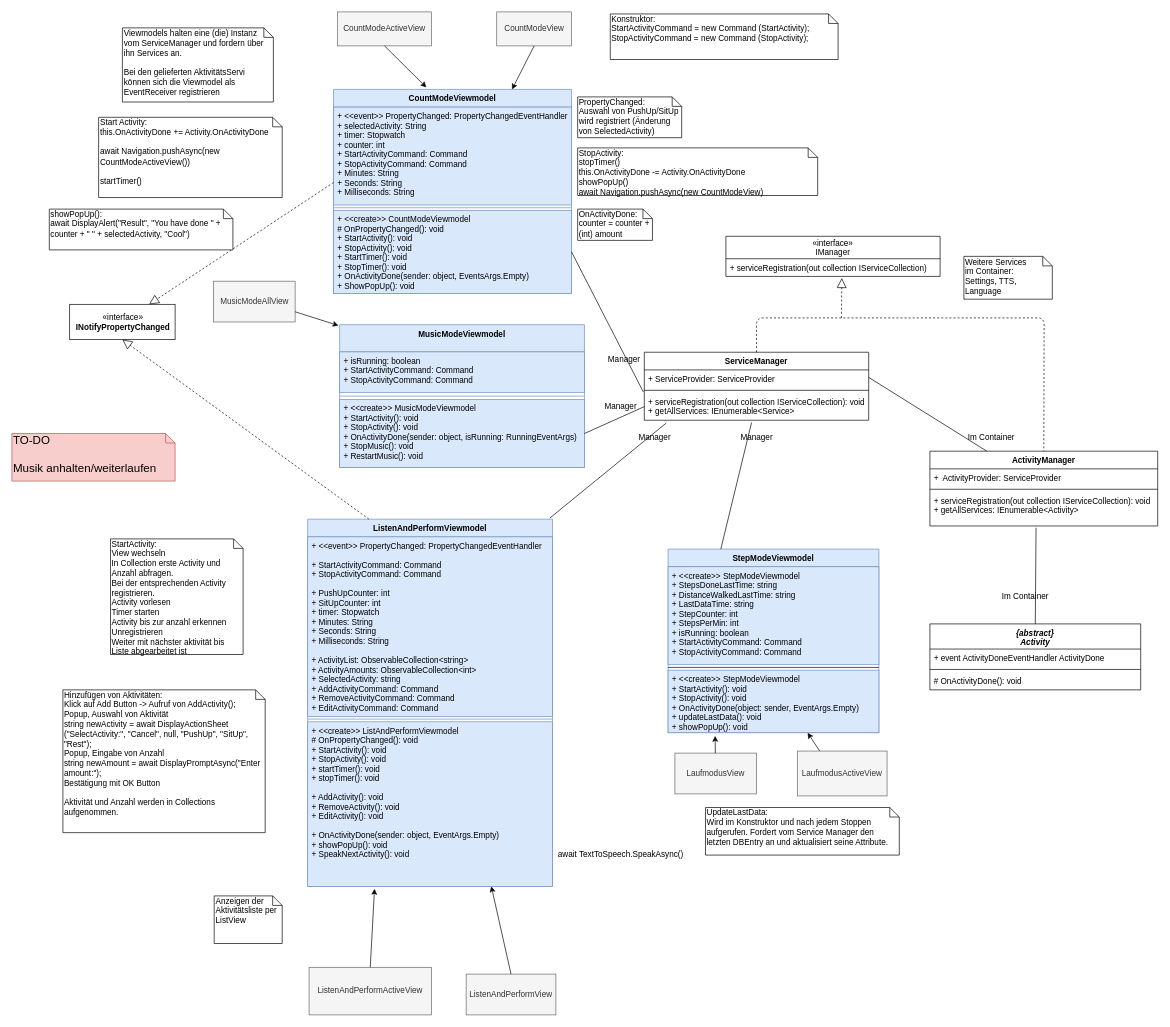
Earlier version of the draw.io diagram Entwurf/WeitereViewmodels.drawio (vlle1/dokumente-earablesKIT). Source tidied: cells renumbered, new cells numbered last; positions are measured from the earlier drawing's top-left corner, leaving out a move shared by most shapes. Both pictures are drawn from the tidied source at 68%, with x=0, y=0 at pixel (12, 12).
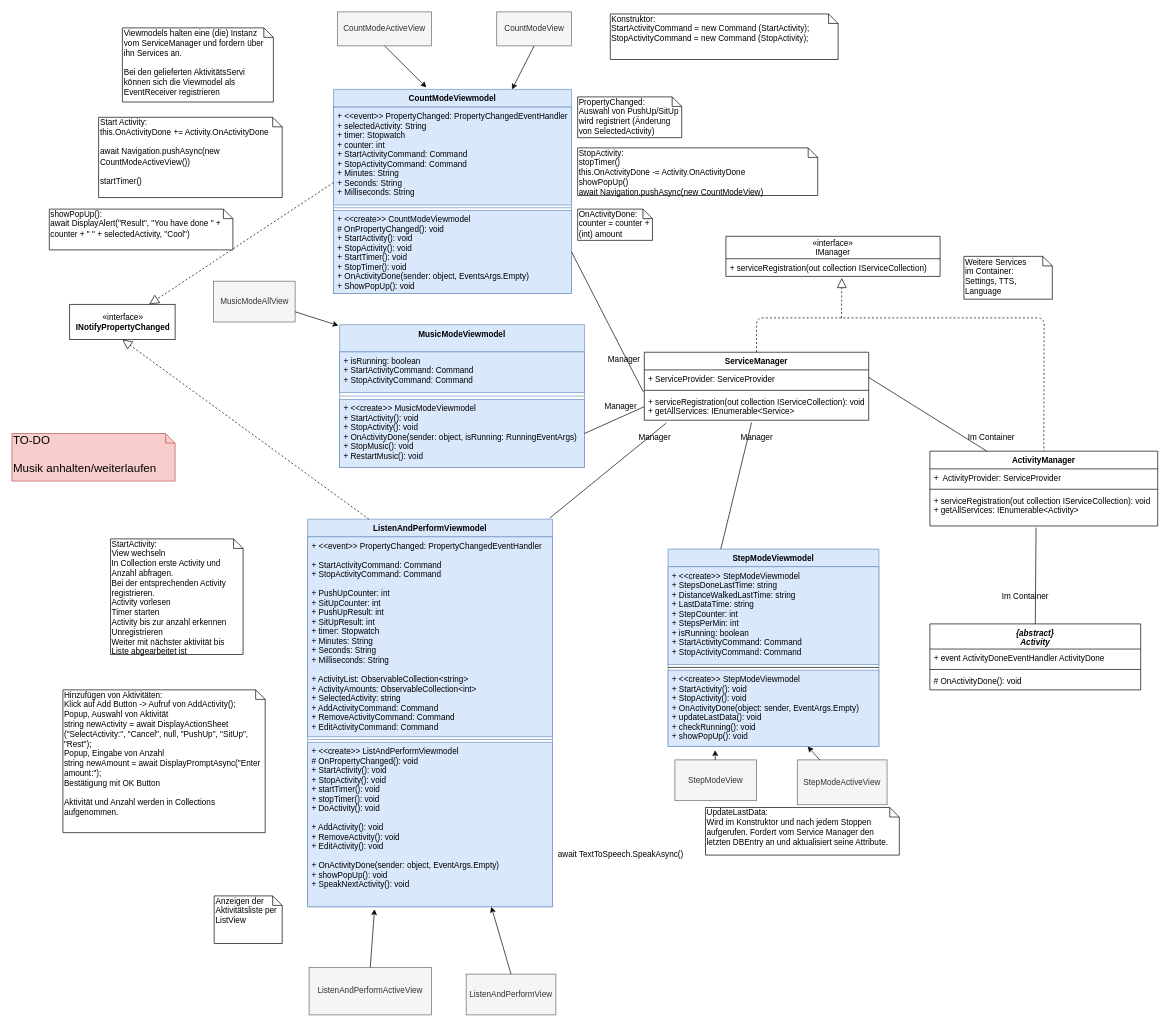
Above is the later version.

Commit message (it also covers changes not shown here):
Viewmodels verbessert, Beschreibungen für drei Viewmodels hinzugefügt

Diff of the diagram source:
```diff
@@
     <mxCell id="41" value="StepModeViewmodel" style="swimlane;fontStyle=1;align=center;verticalAlign=top;horizontal=1;startSize=26;fillColor=#dae8fc;strokeColor=#6c8ebf;" parent="1" vertex="1">
-      <mxGeometry x="965" y="790" width="310" height="270" as="geometry" />
+      <mxGeometry x="965" y="790" width="310" height="290" as="geometry" />
     </mxCell>
@@
-    <mxCell id="44" value="+ &lt;&lt;create&gt;&gt; StepModeViewmodel&#10;+ StartActivity(): void&#10;+ StopActivity(): void&#10;+ OnActivityDone(object: sender, EventArgs.Empty)&#10;+ updateLastData(): void&#10;+ showPopUp(): void&#10;" style="text;strokeColor=#6c8ebf;fillColor=#dae8fc;align=left;verticalAlign=top;spacingLeft=4;spacingRight=4;overflow=hidden;points=[[0,0.5],[1,0.5]];portConstraint=eastwest;" parent="41" vertex="1">
-      <mxGeometry y="178" width="310" height="92" as="geometry" />
+    <mxCell id="44" value="+ &lt;&lt;create&gt;&gt; StepModeViewmodel&#10;+ StartActivity(): void&#10;+ StopActivity(): void&#10;+ OnActivityDone(object: sender, EventArgs.Empty)&#10;+ updateLastData(): void&#10;+ checkRunning(): void&#10;+ showPopUp(): void&#10;" style="text;strokeColor=#6c8ebf;fillColor=#dae8fc;align=left;verticalAlign=top;spacingLeft=4;spacingRight=4;overflow=hidden;points=[[0,0.5],[1,0.5]];portConstraint=eastwest;" parent="41" vertex="1">
+      <mxGeometry y="178" width="310" height="112" as="geometry" />
     </mxCell>
     <mxCell id="45" value="ListenAndPerformViewmodel" style="swimlane;fontStyle=1;align=center;verticalAlign=top;horizontal=1;startSize=26;fillColor=#dae8fc;strokeColor=#6c8ebf;" parent="1" vertex="1">
-      <mxGeometry x="435" y="746" width="360" height="540" as="geometry" />
+      <mxGeometry x="435" y="746" width="360" height="570" as="geometry" />
     </mxCell>
-    <mxCell id="46" value="+ &lt;&lt;event&gt;&gt; PropertyChanged: PropertyChangedEventHandler&#10;&#10;+ StartActivityCommand: Command&#10;+ StopActivityCommand: Command&#10;&#10;+ PushUpCounter: int&#10;+ SitUpCounter: int&#10;+ timer: Stopwatch&#10;+ Minutes: String&#10;+ Seconds: String&#10;+ Milliseconds: String&#10;&#10;+ ActivityList: ObservableCollection&lt;string&gt;&#10;+ ActivityAmounts: ObservableCollection&lt;int&gt;&#10;+ SelectedActivity: string&#10;+ AddActivityCommand: Command&#10;+ RemoveActivityCommand: Command&#10;+ EditActivityCommand: Command&#10;" style="text;strokeColor=#6c8ebf;fillColor=#dae8fc;align=left;verticalAlign=top;spacingLeft=4;spacingRight=4;overflow=hidden;" parent="45" vertex="1">
-      <mxGeometry y="26" width="360" height="264" as="geometry" />
+    <mxCell id="46" value="+ &lt;&lt;event&gt;&gt; PropertyChanged: PropertyChangedEventHandler&#10;&#10;+ StartActivityCommand: Command&#10;+ StopActivityCommand: Command&#10;&#10;+ PushUpCounter: int&#10;+ SitUpCounter: int&#10;+ PushUpResult: int&#10;+ SitUpResult: int&#10;+ timer: Stopwatch&#10;+ Minutes: String&#10;+ Seconds: String&#10;+ Milliseconds: String&#10;&#10;+ ActivityList: ObservableCollection&lt;string&gt;&#10;+ ActivityAmounts: ObservableCollection&lt;int&gt;&#10;+ SelectedActivity: string&#10;+ AddActivityCommand: Command&#10;+ RemoveActivityCommand: Command&#10;+ EditActivityCommand: Command&#10;" style="text;strokeColor=#6c8ebf;fillColor=#dae8fc;align=left;verticalAlign=top;spacingLeft=4;spacingRight=4;overflow=hidden;" parent="45" vertex="1">
+      <mxGeometry y="26" width="360" height="294" as="geometry" />
     </mxCell>
     <mxCell id="47" style="line;strokeWidth=1;fillColor=#dae8fc;align=left;verticalAlign=middle;spacingTop=-1;spacingLeft=3;spacingRight=3;labelPosition=right;strokeColor=#6c8ebf;" parent="45" vertex="1">
-      <mxGeometry y="290" width="360" height="8" as="geometry" />
+      <mxGeometry y="320" width="360" height="8" as="geometry" />
     </mxCell>
-    <mxCell id="48" value="+ &lt;&lt;create&gt;&gt; ListAndPerformViewmodel&#10;# OnPropertyChanged(): void&#10;+ StartActivity(): void&#10;+ StopActivity(): void&#10;+ startTimer(): void&#10;+ stopTimer(): void&#10;&#10;+ AddActivity(): void&#10;+ RemoveActivity(): void&#10;+ EditActivity(): void&#10;&#10;+ OnActivityDone(sender: object, EventArgs.Empty)&#10;+ showPopUp(): void&#10;+ SpeakNextActivity(): void" style="text;strokeColor=#6c8ebf;fillColor=#dae8fc;align=left;verticalAlign=top;spacingLeft=4;spacingRight=4;overflow=hidden;points=[[0,0.5],[1,0.5]];portConstraint=eastwest;" parent="45" vertex="1">
-      <mxGeometry y="298" width="360" height="242" as="geometry" />
+    <mxCell id="48" value="+ &lt;&lt;create&gt;&gt; ListAndPerformViewmodel&#10;# OnPropertyChanged(): void&#10;+ StartActivity(): void&#10;+ StopActivity(): void&#10;+ startTimer(): void&#10;+ stopTimer(): void&#10;+ DoActivity(): void&#10;&#10;+ AddActivity(): void&#10;+ RemoveActivity(): void&#10;+ EditActivity(): void&#10;&#10;+ OnActivityDone(sender: object, EventArgs.Empty)&#10;+ showPopUp(): void&#10;+ SpeakNextActivity(): void" style="text;strokeColor=#6c8ebf;fillColor=#dae8fc;align=left;verticalAlign=top;spacingLeft=4;spacingRight=4;overflow=hidden;points=[[0,0.5],[1,0.5]];portConstraint=eastwest;" parent="45" vertex="1">
+      <mxGeometry y="328" width="360" height="242" as="geometry" />
     </mxCell>
@@
-    <mxCell id="59" value="LaufmodusView" style="rounded=0;whiteSpace=wrap;html=1;fillColor=#f5f5f5;strokeColor=#666666;fontColor=#333333;" parent="1" vertex="1">
-      <mxGeometry x="975" y="1090" width="120" height="60" as="geometry" />
+    <mxCell id="59" value="StepModeView" style="rounded=0;whiteSpace=wrap;html=1;fillColor=#f5f5f5;strokeColor=#666666;fontColor=#333333;" parent="1" vertex="1">
+      <mxGeometry x="975" y="1100" width="120" height="60" as="geometry" />
     </mxCell>
@@
-    <mxCell id="61" value="LaufmodusActiveView" style="rounded=0;whiteSpace=wrap;html=1;fillColor=#f5f5f5;strokeColor=#666666;fontColor=#333333;" parent="1" vertex="1">
-      <mxGeometry x="1155" y="1087" width="132" height="66" as="geometry" />
+    <mxCell id="61" value="StepModeActiveView" style="rounded=0;whiteSpace=wrap;html=1;fillColor=#f5f5f5;strokeColor=#666666;fontColor=#333333;" parent="1" vertex="1">
+      <mxGeometry x="1155" y="1100" width="132" height="66" as="geometry" />
     </mxCell>
```
